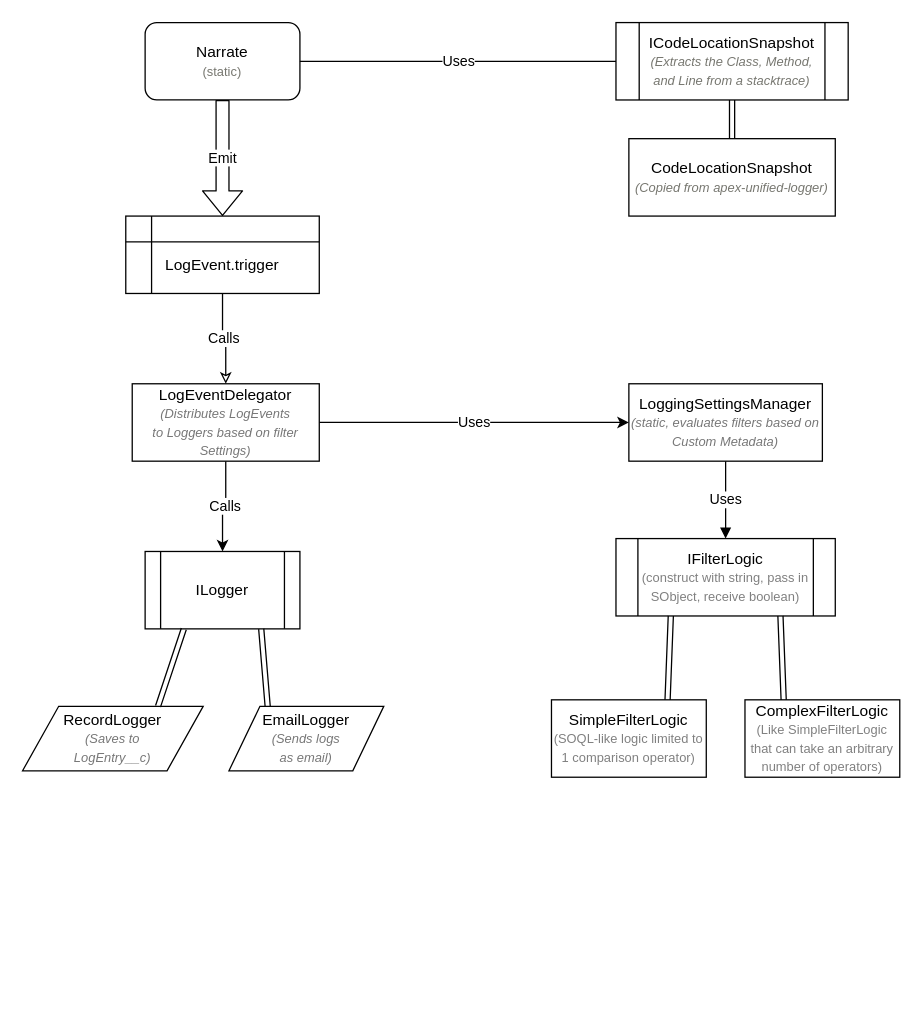
Above: Narrator Structure.drawio in jonnypetraglia/narrator (draw.io), before the change. Source tidied: cells renumbered, new cells numbered last; positions are measured from the earlier drawing's top-left corner, leaving out a move shared by most shapes. Both pictures are drawn from the tidied source at 129%, with x=0, y=0 at pixel (22, 22).
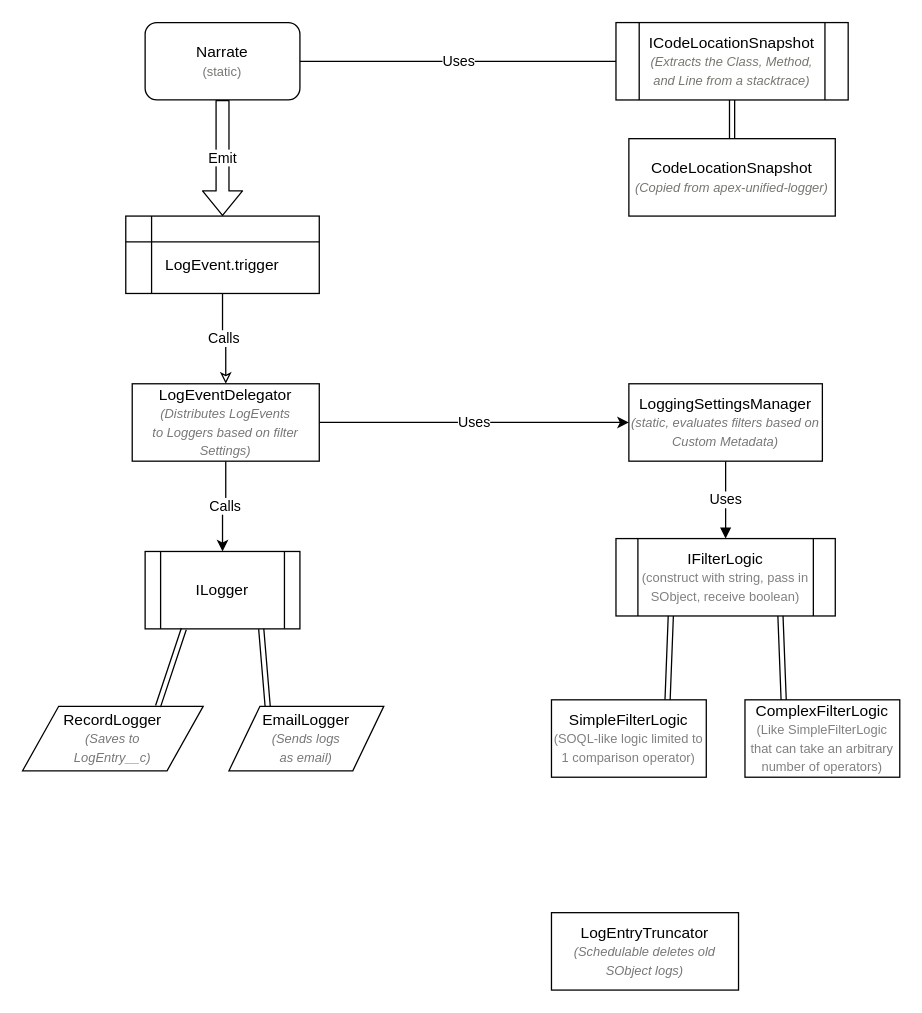
Above is the later version.

Commit message (it also covers changes not shown here):
Added Truncator to Draw.io diagram for completeness sake

Diff of the diagram source:
```diff
@@
+    <mxCell id="25" value="LogEntryTruncator&lt;br&gt;&lt;i&gt;&lt;font style=&quot;font-size: 10px&quot; color=&quot;#777777&quot;&gt;(Schedulable deletes old SObject logs)&lt;/font&gt;&lt;/i&gt;" style="rounded=0;whiteSpace=wrap;html=1;" parent="1" vertex="1">
+      <mxGeometry x="410" y="690" width="145" height="60" as="geometry" />
+    </mxCell>
```
